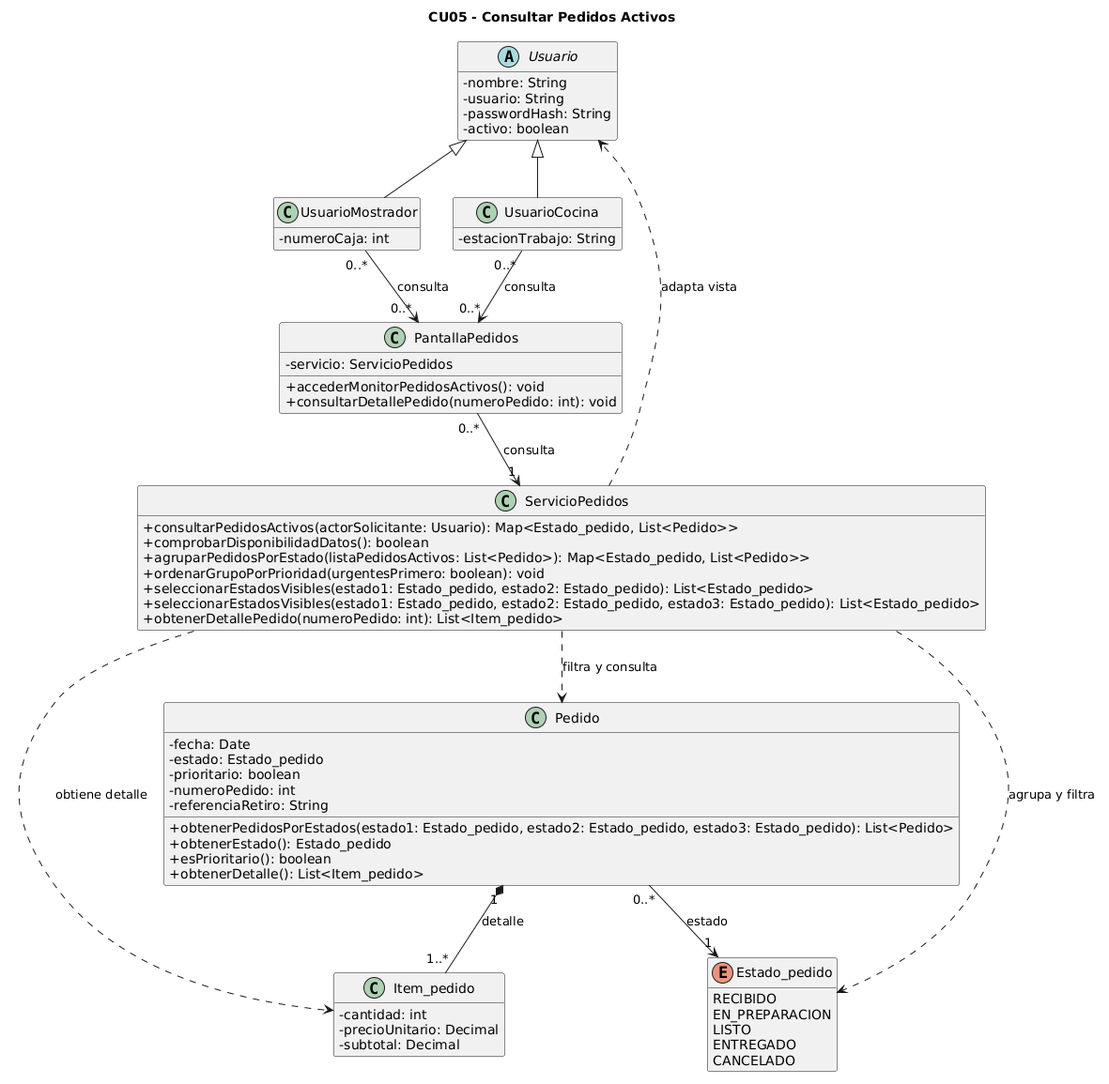
Earlier version of the PlantUML export diagramas/01-diagrama-clases/05-clases-consultar-pedidos-activos-05.png (eloeyhe/SistemaPedidos). The source it was exported from:
```plantuml
@startuml
title CU05 - Consultar Pedidos Activos
skinparam classAttributeIconSize 0
hide empty members

abstract class Usuario {
  - nombre: String
  - usuario: String
  - passwordHash: String
  - activo: boolean
}

class UsuarioCocina {
  - estacionTrabajo: String
}

class UsuarioMostrador {
  - numeroCaja: int
}

class PantallaPedidos {
  - servicio: ServicioPedidos
  + accederMonitorPedidosActivos(): void
  + consultarDetallePedido(numeroPedido: int): void
}

class ServicioPedidos {
  + consultarPedidosActivos(actorSolicitante: Usuario): Map<Estado_pedido, List<Pedido>>
  + comprobarDisponibilidadDatos(): boolean
  + agruparPedidosPorEstado(listaPedidosActivos: List<Pedido>): Map<Estado_pedido, List<Pedido>>
  + ordenarGrupoPorPrioridad(urgentesPrimero: boolean): void
  + seleccionarEstadosVisibles(estado1: Estado_pedido, estado2: Estado_pedido): List<Estado_pedido>
  + seleccionarEstadosVisibles(estado1: Estado_pedido, estado2: Estado_pedido, estado3: Estado_pedido): List<Estado_pedido>
  + obtenerDetallePedido(numeroPedido: int): List<Item_pedido>
}

class Pedido {
  - fecha: Date
  - estado: Estado_pedido
  - prioritario: boolean
  - numeroPedido: int
  - referenciaRetiro: String
  + obtenerPedidosPorEstados(estado1: Estado_pedido, estado2: Estado_pedido, estado3: Estado_pedido): List<Pedido>
  + obtenerEstado(): Estado_pedido
  + esPrioritario(): boolean
  + obtenerDetalle(): List<Item_pedido>
}

class Item_pedido {
  - cantidad: int
  - precioUnitario: Decimal
  - subtotal: Decimal
}

enum Estado_pedido {
  RECIBIDO
  EN_PREPARACION
  LISTO
  ENTREGADO
  CANCELADO
}

Usuario <|-- UsuarioCocina
Usuario <|-- UsuarioMostrador

UsuarioCocina "0..*" --> "0..*" PantallaPedidos : consulta
UsuarioMostrador "0..*" --> "0..*" PantallaPedidos : consulta

PantallaPedidos "0..*" --> "1" ServicioPedidos : consulta
Pedido "0..*" --> "1" Estado_pedido : estado
Pedido "1" *-- "1..*" Item_pedido : detalle

ServicioPedidos ..> Pedido : filtra y consulta
ServicioPedidos ..> Estado_pedido : agrupa y filtra
ServicioPedidos ..> Item_pedido : obtiene detalle
ServicioPedidos ..> Usuario : adapta vista
@enduml
```
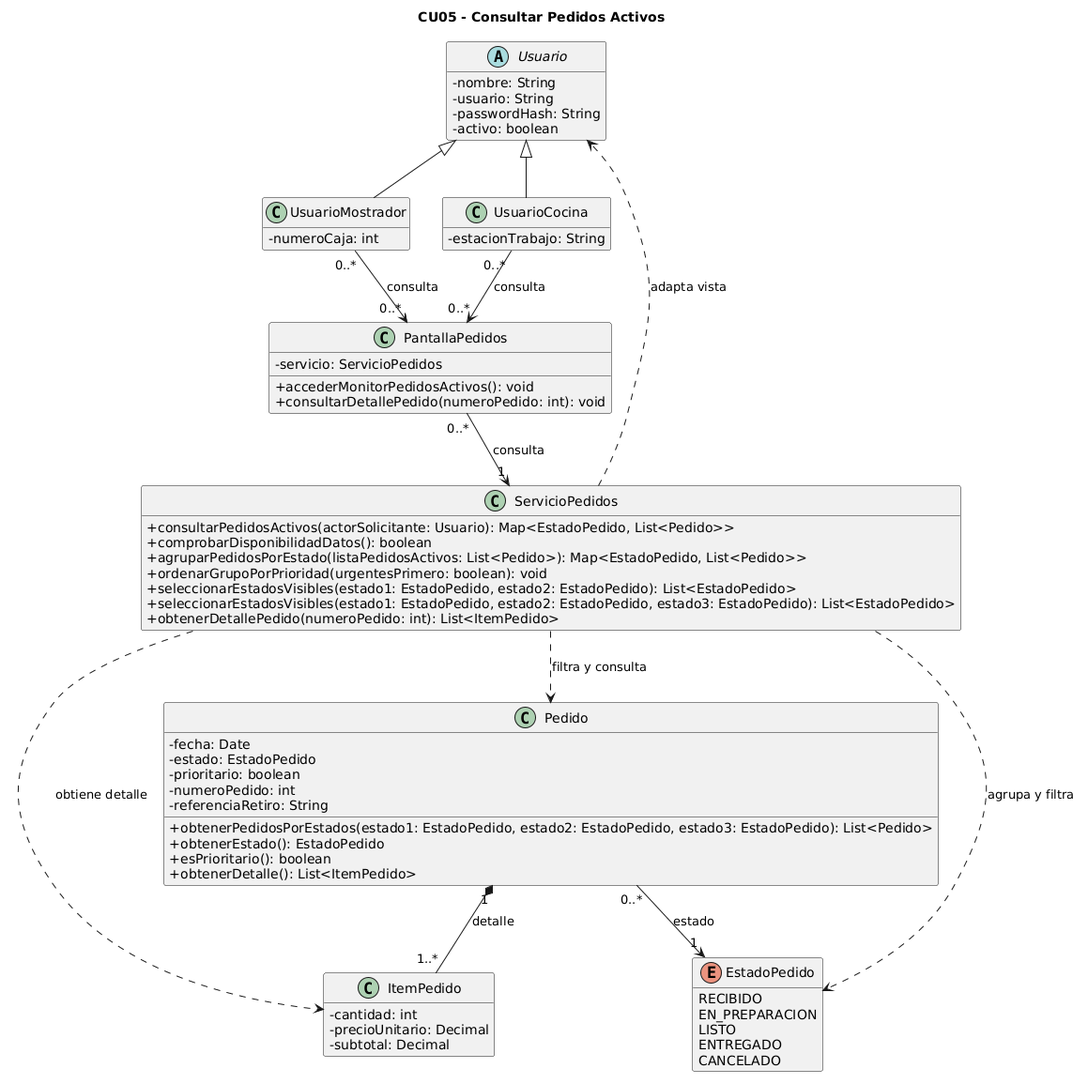
Above is the later version.

The edit, as a diff of the source:
```diff
@@ -25,34 +25,34 @@
 }
 
 class ServicioPedidos {
-  + consultarPedidosActivos(actorSolicitante: Usuario): Map<Estado_pedido, List<Pedido>>
+  + consultarPedidosActivos(actorSolicitante: Usuario): Map<EstadoPedido, List<Pedido>>
   + comprobarDisponibilidadDatos(): boolean
-  + agruparPedidosPorEstado(listaPedidosActivos: List<Pedido>): Map<Estado_pedido, List<Pedido>>
+  + agruparPedidosPorEstado(listaPedidosActivos: List<Pedido>): Map<EstadoPedido, List<Pedido>>
   + ordenarGrupoPorPrioridad(urgentesPrimero: boolean): void
-  + seleccionarEstadosVisibles(estado1: Estado_pedido, estado2: Estado_pedido): List<Estado_pedido>
-  + seleccionarEstadosVisibles(estado1: Estado_pedido, estado2: Estado_pedido, estado3: Estado_pedido): List<Estado_pedido>
-  + obtenerDetallePedido(numeroPedido: int): List<Item_pedido>
+  + seleccionarEstadosVisibles(estado1: EstadoPedido, estado2: EstadoPedido): List<EstadoPedido>
+  + seleccionarEstadosVisibles(estado1: EstadoPedido, estado2: EstadoPedido, estado3: EstadoPedido): List<EstadoPedido>
+  + obtenerDetallePedido(numeroPedido: int): List<ItemPedido>
 }
 
 class Pedido {
   - fecha: Date
-  - estado: Estado_pedido
+  - estado: EstadoPedido
   - prioritario: boolean
   - numeroPedido: int
   - referenciaRetiro: String
-  + obtenerPedidosPorEstados(estado1: Estado_pedido, estado2: Estado_pedido, estado3: Estado_pedido): List<Pedido>
-  + obtenerEstado(): Estado_pedido
+  + obtenerPedidosPorEstados(estado1: EstadoPedido, estado2: EstadoPedido, estado3: EstadoPedido): List<Pedido>
+  + obtenerEstado(): EstadoPedido
   + esPrioritario(): boolean
-  + obtenerDetalle(): List<Item_pedido>
+  + obtenerDetalle(): List<ItemPedido>
 }
 
-class Item_pedido {
+class ItemPedido {
   - cantidad: int
   - precioUnitario: Decimal
   - subtotal: Decimal
 }
 
-enum Estado_pedido {
+enum EstadoPedido {
   RECIBIDO
   EN_PREPARACION
   LISTO
@@ -67,11 +67,11 @@
 UsuarioMostrador "0..*" --> "0..*" PantallaPedidos : consulta
 
 PantallaPedidos "0..*" --> "1" ServicioPedidos : consulta
-Pedido "0..*" --> "1" Estado_pedido : estado
-Pedido "1" *-- "1..*" Item_pedido : detalle
+Pedido "0..*" --> "1" EstadoPedido : estado
+Pedido "1" *-- "1..*" ItemPedido : detalle
 
 ServicioPedidos ..> Pedido : filtra y consulta
-ServicioPedidos ..> Estado_pedido : agrupa y filtra
-ServicioPedidos ..> Item_pedido : obtiene detalle
+ServicioPedidos ..> EstadoPedido : agrupa y filtra
+ServicioPedidos ..> ItemPedido : obtiene detalle
 ServicioPedidos ..> Usuario : adapta vista
 @enduml
```
